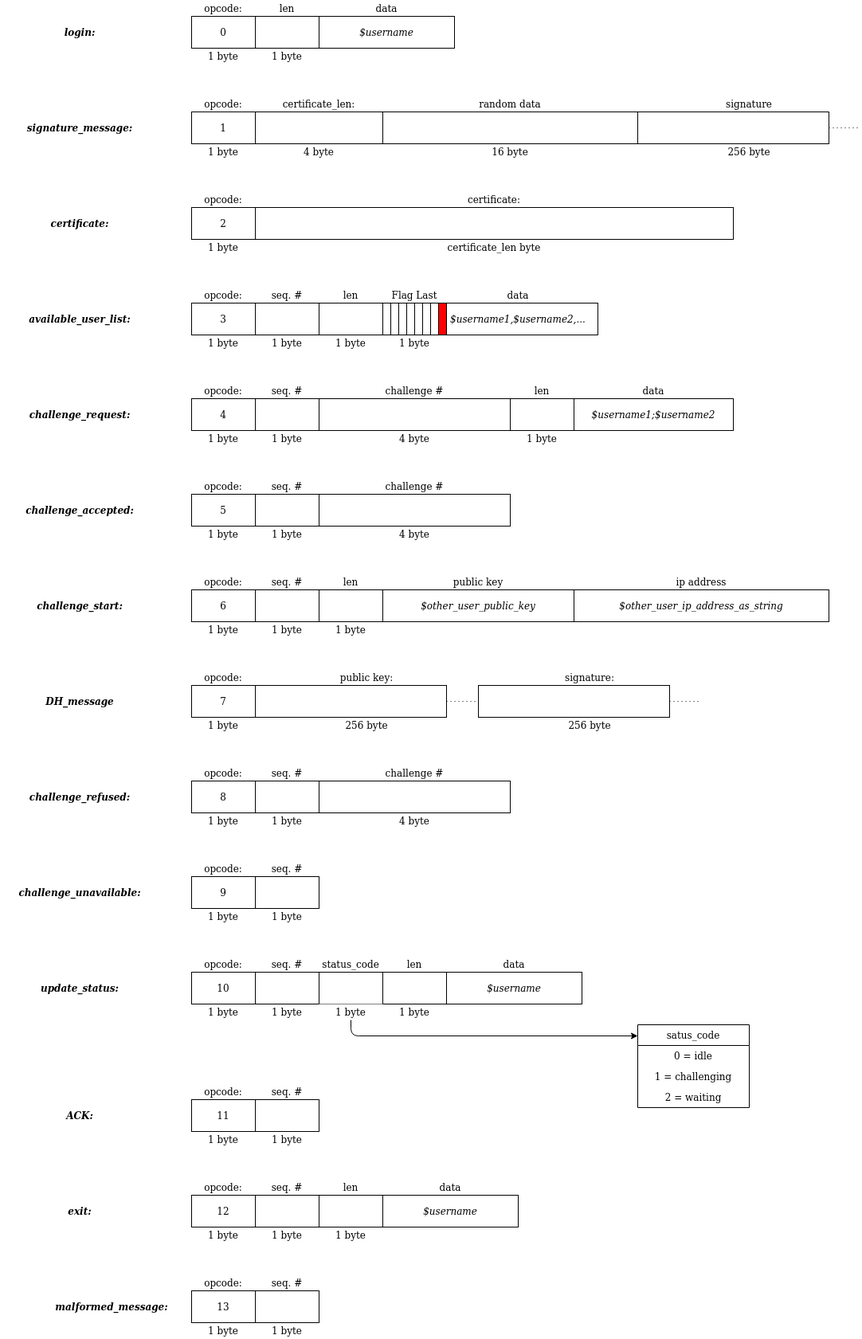
The draw.io diagram docs/client_server_message_format.png in rafnocerino/Secure_4_inArow, before a commit. Source tidied: cells renumbered, new cells last; positions are measured from the earlier drawing's top-left corner, leaving out a move shared by most shapes.
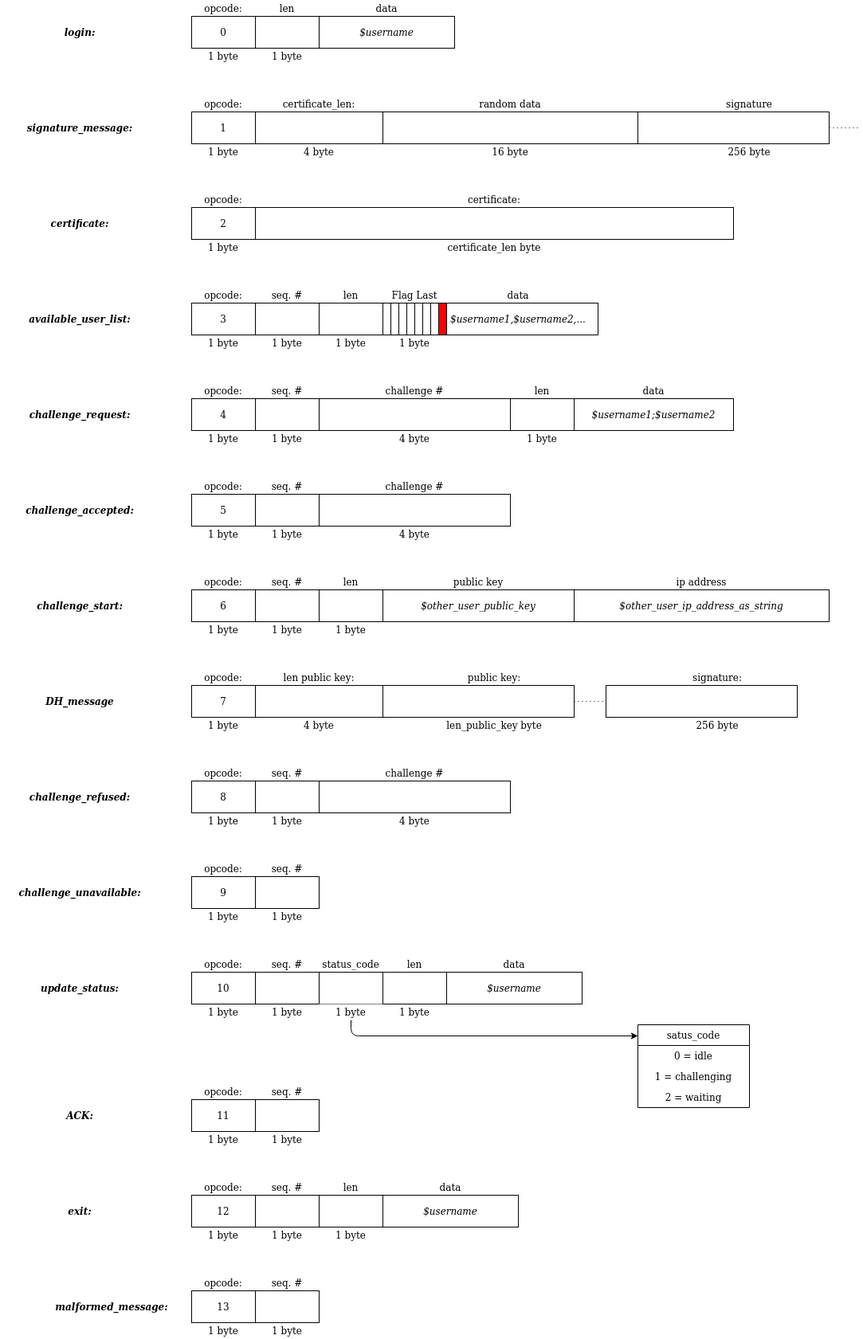
Later version of the same file.

Change to the diagram source:
```diff
@@ -473,10 +473,10 @@
       <mxGeometry relative="1" as="geometry" />
     </mxCell>
     <mxCell id="157" style="rounded=0;whiteSpace=wrap;html=1;" parent="1" vertex="1">
-      <mxGeometry x="320" y="860" width="240" height="40" as="geometry" />
+      <mxGeometry x="480" y="860" width="240" height="40" as="geometry" />
     </mxCell>
     <mxCell id="158" value="public key:" style="text;html=1;strokeColor=none;fillColor=none;align=center;verticalAlign=middle;whiteSpace=wrap;rounded=0;" parent="1" vertex="1">
-      <mxGeometry x="320" y="840" width="280" height="20" as="geometry" />
+      <mxGeometry x="480" y="840" width="280" height="20" as="geometry" />
     </mxCell>
     <mxCell id="159" style="edgeStyle=orthogonalEdgeStyle;rounded=0;jettySize=auto;html=1;exitX=1;exitY=0.5;exitDx=0;exitDy=0;dashed=1;dashPattern=1 4;endArrow=none;endFill=0;" parent="1" edge="1" source="160">
       <mxGeometry relative="1" as="geometry">
@@ -492,22 +492,26 @@
     <mxCell id="162" value="256 byte" style="text;html=1;strokeColor=none;fillColor=none;align=center;verticalAlign=middle;whiteSpace=wrap;rounded=0;" parent="1" vertex="1">
       <mxGeometry x="800" y="180" width="280" height="20" as="geometry" />
     </mxCell>
-    <mxCell id="163" value="256 byte" style="text;html=1;strokeColor=none;fillColor=none;align=center;verticalAlign=middle;whiteSpace=wrap;rounded=0;" parent="1" vertex="1">
-      <mxGeometry x="320" y="900" width="280" height="20" as="geometry" />
+    <mxCell id="163" value="len_public_key byte" style="text;html=1;strokeColor=none;fillColor=none;align=center;verticalAlign=middle;whiteSpace=wrap;rounded=0;" parent="1" vertex="1">
+      <mxGeometry x="480" y="900" width="280" height="20" as="geometry" />
     </mxCell>
-    <mxCell id="164" style="edgeStyle=orthogonalEdgeStyle;rounded=0;jettySize=auto;html=1;exitX=1;exitY=0.5;exitDx=0;exitDy=0;dashed=1;dashPattern=1 4;endArrow=none;endFill=0;" parent="1" edge="1" source="166">
-      <mxGeometry relative="1" as="geometry">
-        <mxPoint x="880" y="880" as="targetPoint" />
-      </mxGeometry>
-    </mxCell>
     <mxCell id="165" value="256 byte" style="text;html=1;strokeColor=none;fillColor=none;align=center;verticalAlign=middle;whiteSpace=wrap;rounded=0;" parent="1" vertex="1">
-      <mxGeometry x="600" y="900" width="280" height="20" as="geometry" />
+      <mxGeometry x="760" y="900" width="280" height="20" as="geometry" />
     </mxCell>
     <mxCell id="166" style="rounded=0;whiteSpace=wrap;html=1;" parent="1" vertex="1">
-      <mxGeometry x="600" y="860" width="240" height="40" as="geometry" />
+      <mxGeometry x="760" y="860" width="240" height="40" as="geometry" />
     </mxCell>
     <mxCell id="167" value="signature:" style="text;html=1;strokeColor=none;fillColor=none;align=center;verticalAlign=middle;whiteSpace=wrap;rounded=0;" parent="1" vertex="1">
-      <mxGeometry x="600" y="840" width="280" height="20" as="geometry" />
+      <mxGeometry x="760" y="840" width="280" height="20" as="geometry" />
     </mxCell>
+    <mxCell id="168" style="rounded=0;whiteSpace=wrap;html=1;" parent="1" vertex="1">
+      <mxGeometry x="320" y="860" width="160" height="40" as="geometry" />
+    </mxCell>
+    <mxCell id="169" value="len public key:" style="text;html=1;strokeColor=none;fillColor=none;align=center;verticalAlign=middle;whiteSpace=wrap;rounded=0;" parent="1" vertex="1">
+      <mxGeometry x="320" y="840" width="160" height="20" as="geometry" />
+    </mxCell>
+    <mxCell id="170" value="4 byte" style="text;html=1;strokeColor=none;fillColor=none;align=center;verticalAlign=middle;whiteSpace=wrap;rounded=0;" parent="1" vertex="1">
+      <mxGeometry x="320" y="900" width="160" height="20" as="geometry" />
+    </mxCell>
   </root>
 </mxGraphModel>
```
